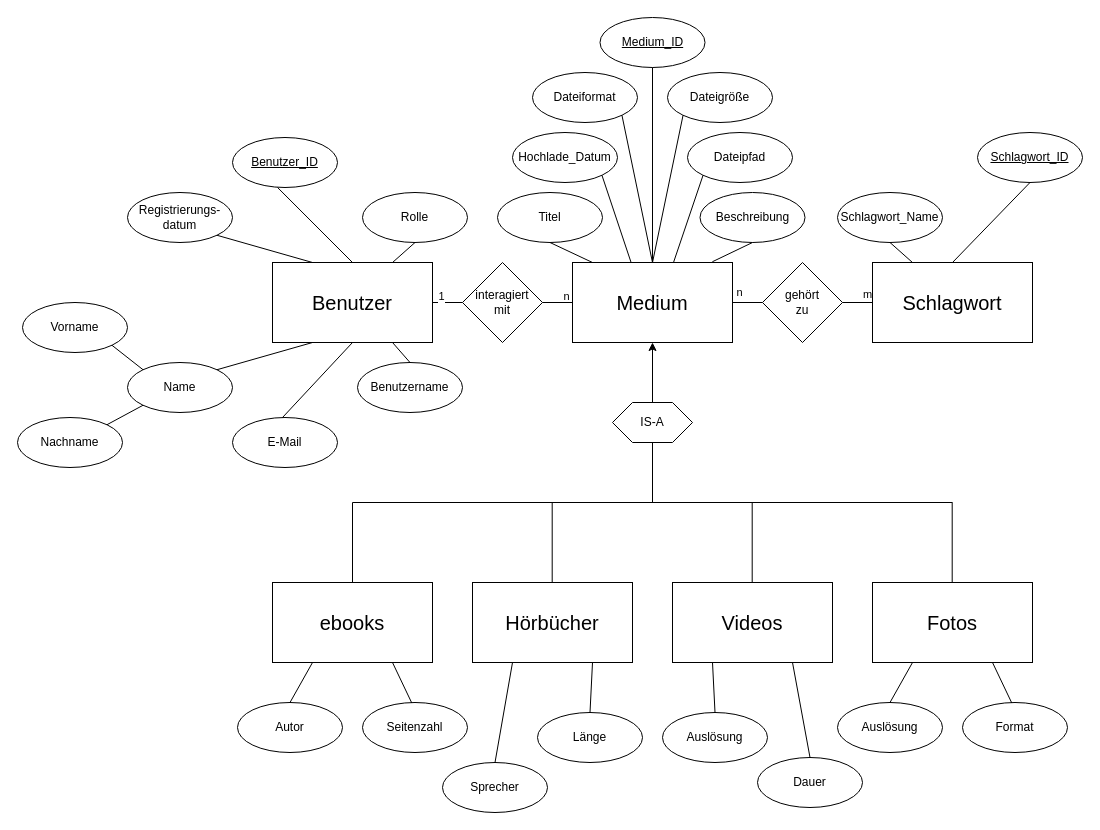
Above: Diagramme/ER-Diagramm.drawio in Kaktussaft/Mediendatenbank-broken (draw.io), before the change. Source tidied: cells renumbered, new cells numbered last; positions are measured from the earlier drawing's top-left corner, leaving out a move shared by most shapes. Both pictures are drawn from the tidied source at 100%, with x=0, y=0 at pixel (17, 17).
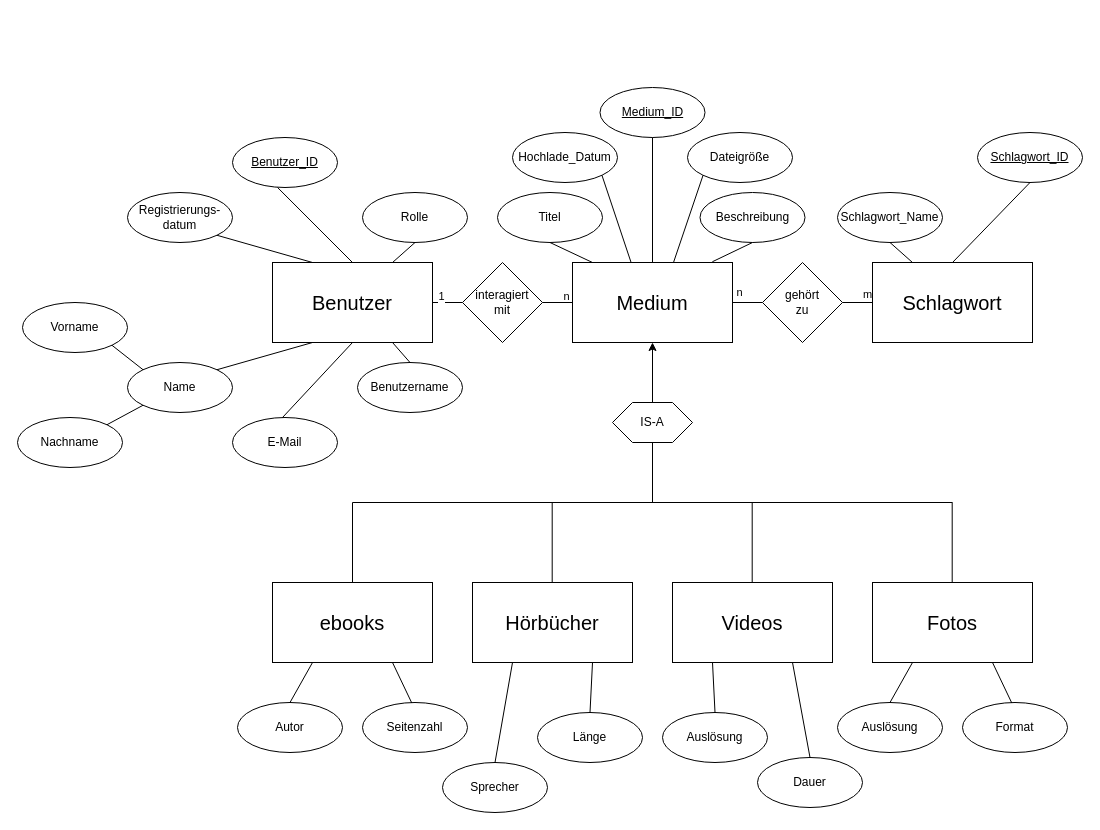
The same diagram, later.

Commit message:
Änderung ER-Diagramm: Attribute Dateipfad und Dateiformat(da man das bei Titel mit hinzufügen könnte) entfernt

Unchanged cells that the change refers to:
```xml
<mxCell id="8" value="&lt;span style=&quot;font-size: 20px;&quot;&gt;Medium&lt;/span&gt;" style="rounded=0;whiteSpace=wrap;html=1;" parent="1" vertex="1">
  <mxGeometry x="555" y="245" width="160" height="80" as="geometry" />
</mxCell>
```

The edit, as a diff of the source:
```diff
@@
-    <mxCell id="30" value="Dateipfad" style="ellipse;whiteSpace=wrap;html=1;" parent="1" vertex="1">
+    <mxCell id="30" value="Dateigröße" style="ellipse;whiteSpace=wrap;html=1;" parent="1" vertex="1">
       <mxGeometry x="670" y="115" width="105" height="50" as="geometry" />
     </mxCell>
-    <mxCell id="31" value="Dateigröße" style="ellipse;whiteSpace=wrap;html=1;" parent="1" vertex="1">
-      <mxGeometry x="650" y="55" width="105" height="50" as="geometry" />
-    </mxCell>
-    <mxCell id="32" value="Dateiformat" style="ellipse;whiteSpace=wrap;html=1;" parent="1" vertex="1">
-      <mxGeometry x="515" y="55" width="105" height="50" as="geometry" />
-    </mxCell>
@@
-    <mxCell id="37" style="endArrow=none;html=1;rounded=0;exitX=0.5;exitY=0;exitDx=0;exitDy=0;entryX=0;entryY=1;entryDx=0;entryDy=0;" parent="1" edge="1" source="8" target="31">
-      <mxGeometry relative="1" as="geometry" />
-    </mxCell>
-    <mxCell id="38" style="endArrow=none;html=1;rounded=0;exitX=0.5;exitY=0;exitDx=0;exitDy=0;entryX=1;entryY=1;entryDx=0;entryDy=0;" parent="1" edge="1" source="8" target="32">
-      <mxGeometry relative="1" as="geometry" />
-    </mxCell>
@@
     <mxCell id="55" value="&lt;u&gt;Medium_ID&lt;/u&gt;" style="ellipse;whiteSpace=wrap;html=1;" parent="1" vertex="1">
-      <mxGeometry x="582.5" width="105" height="50" as="geometry" />
+      <mxGeometry x="582.5" y="70" width="105" height="50" as="geometry" />
     </mxCell>
```
